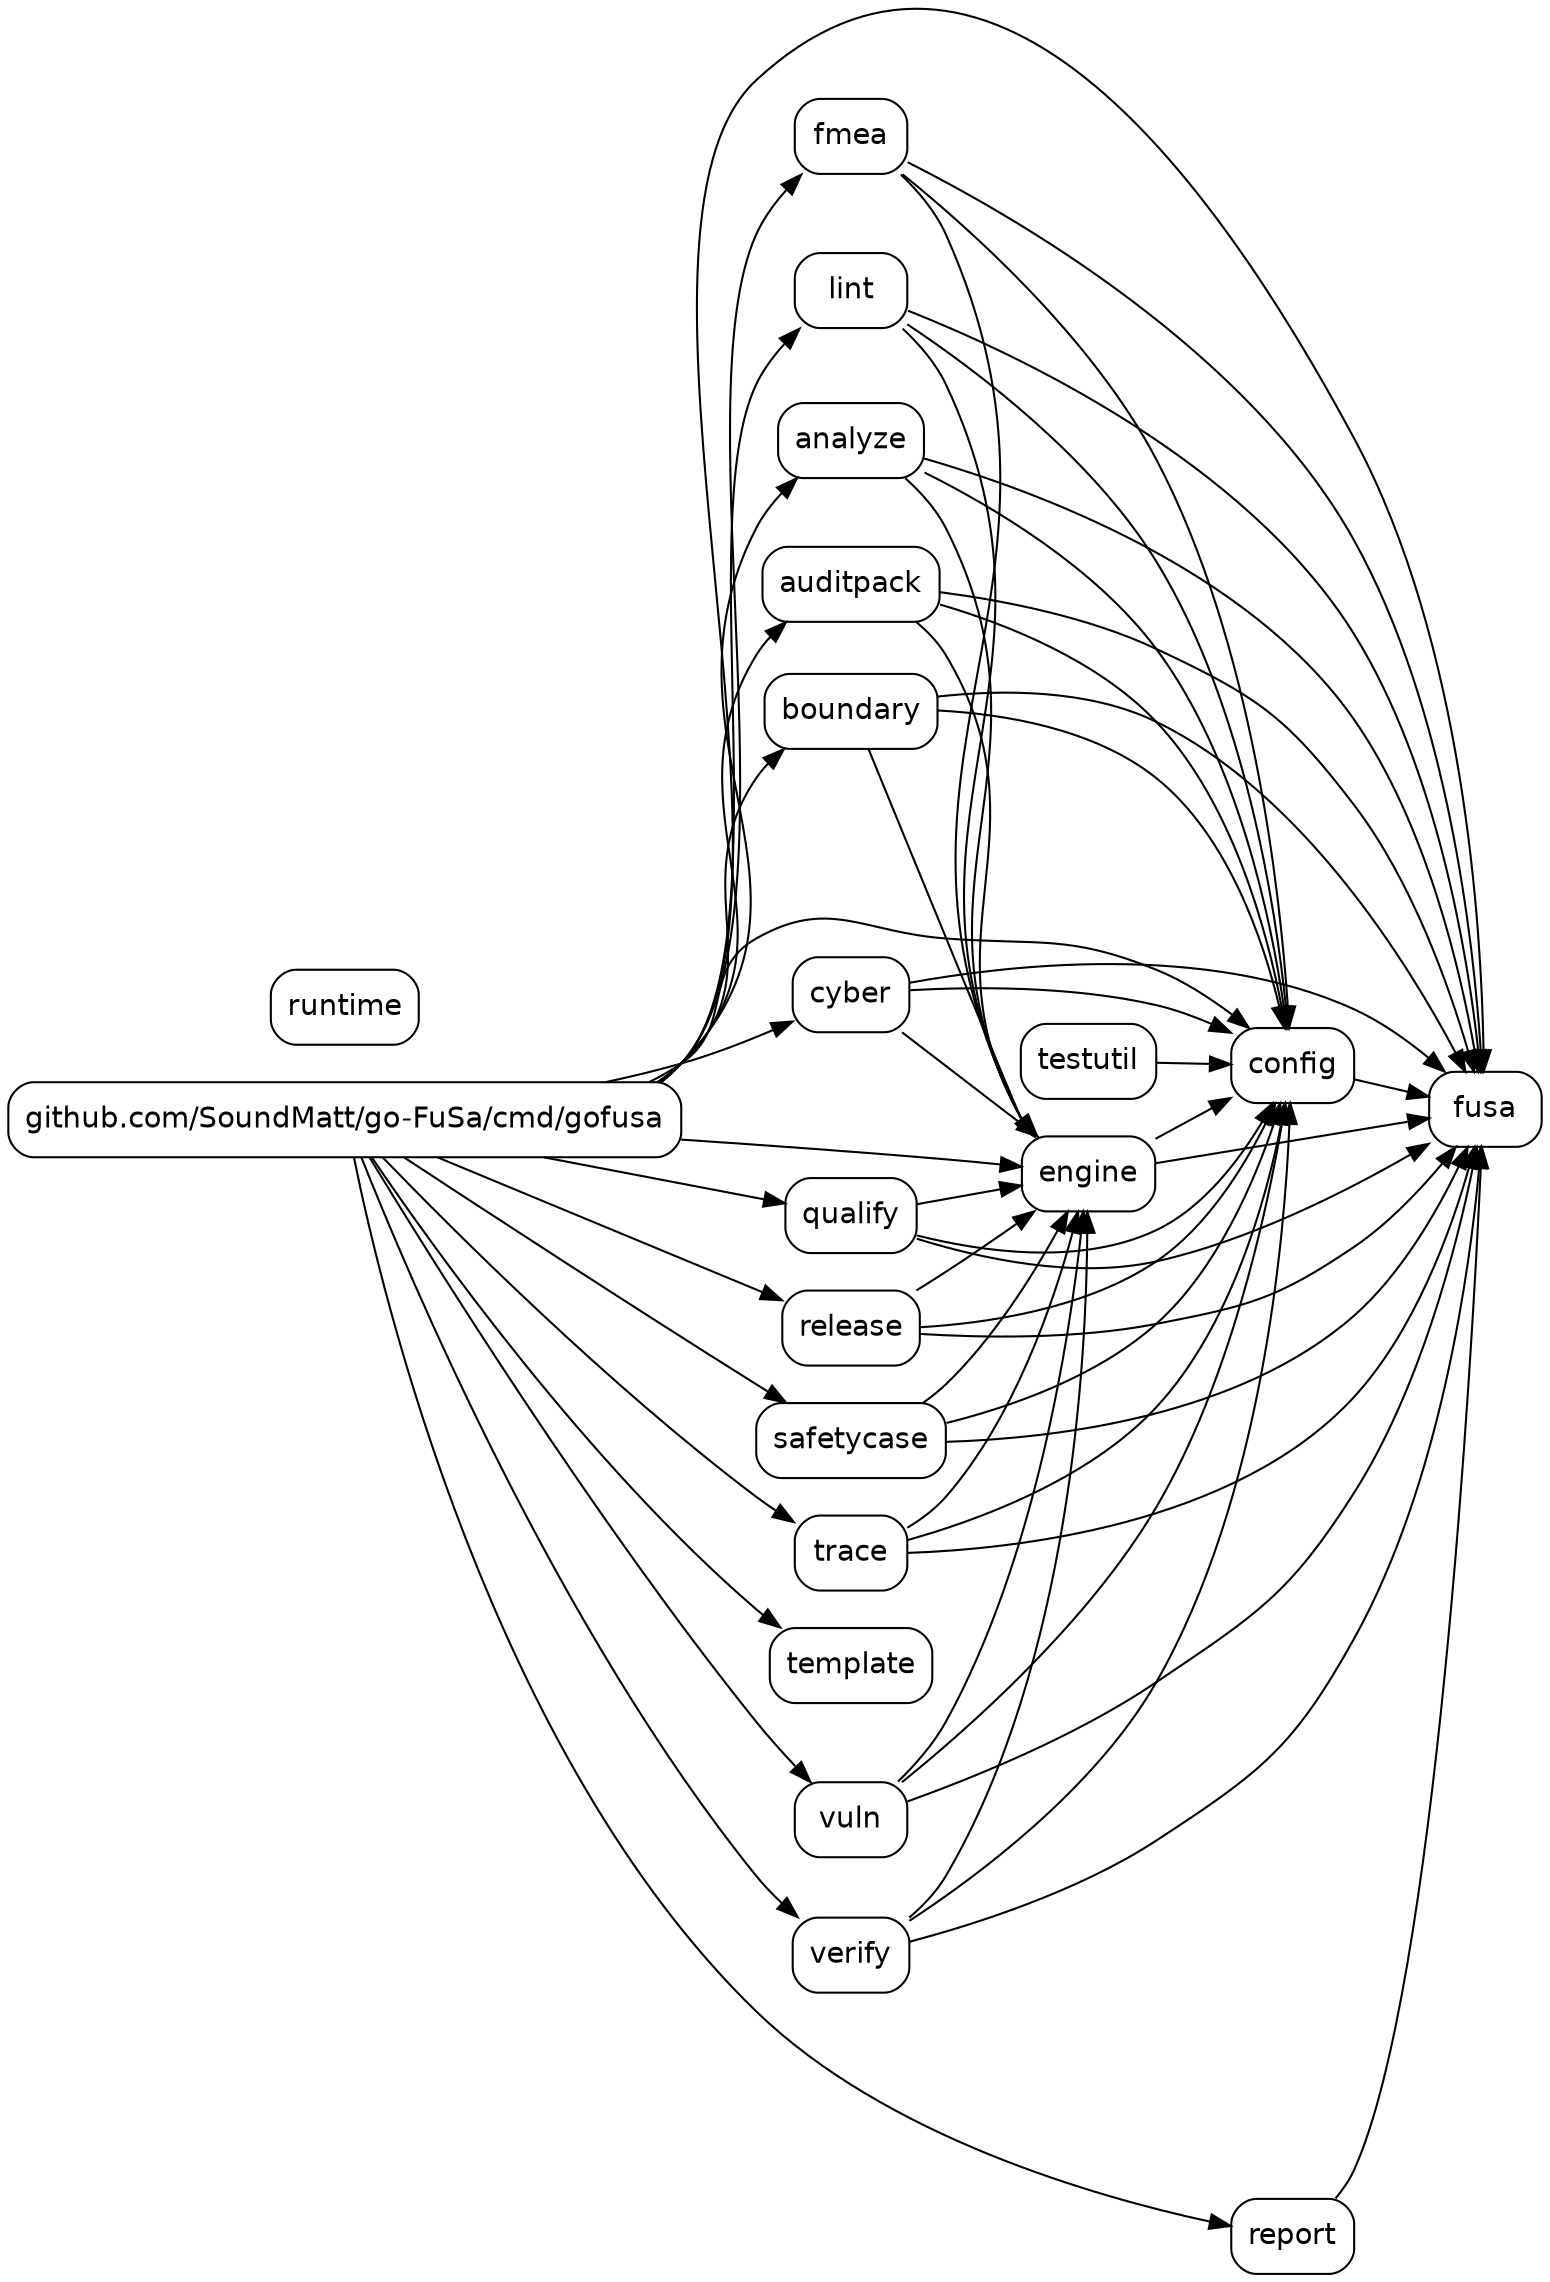
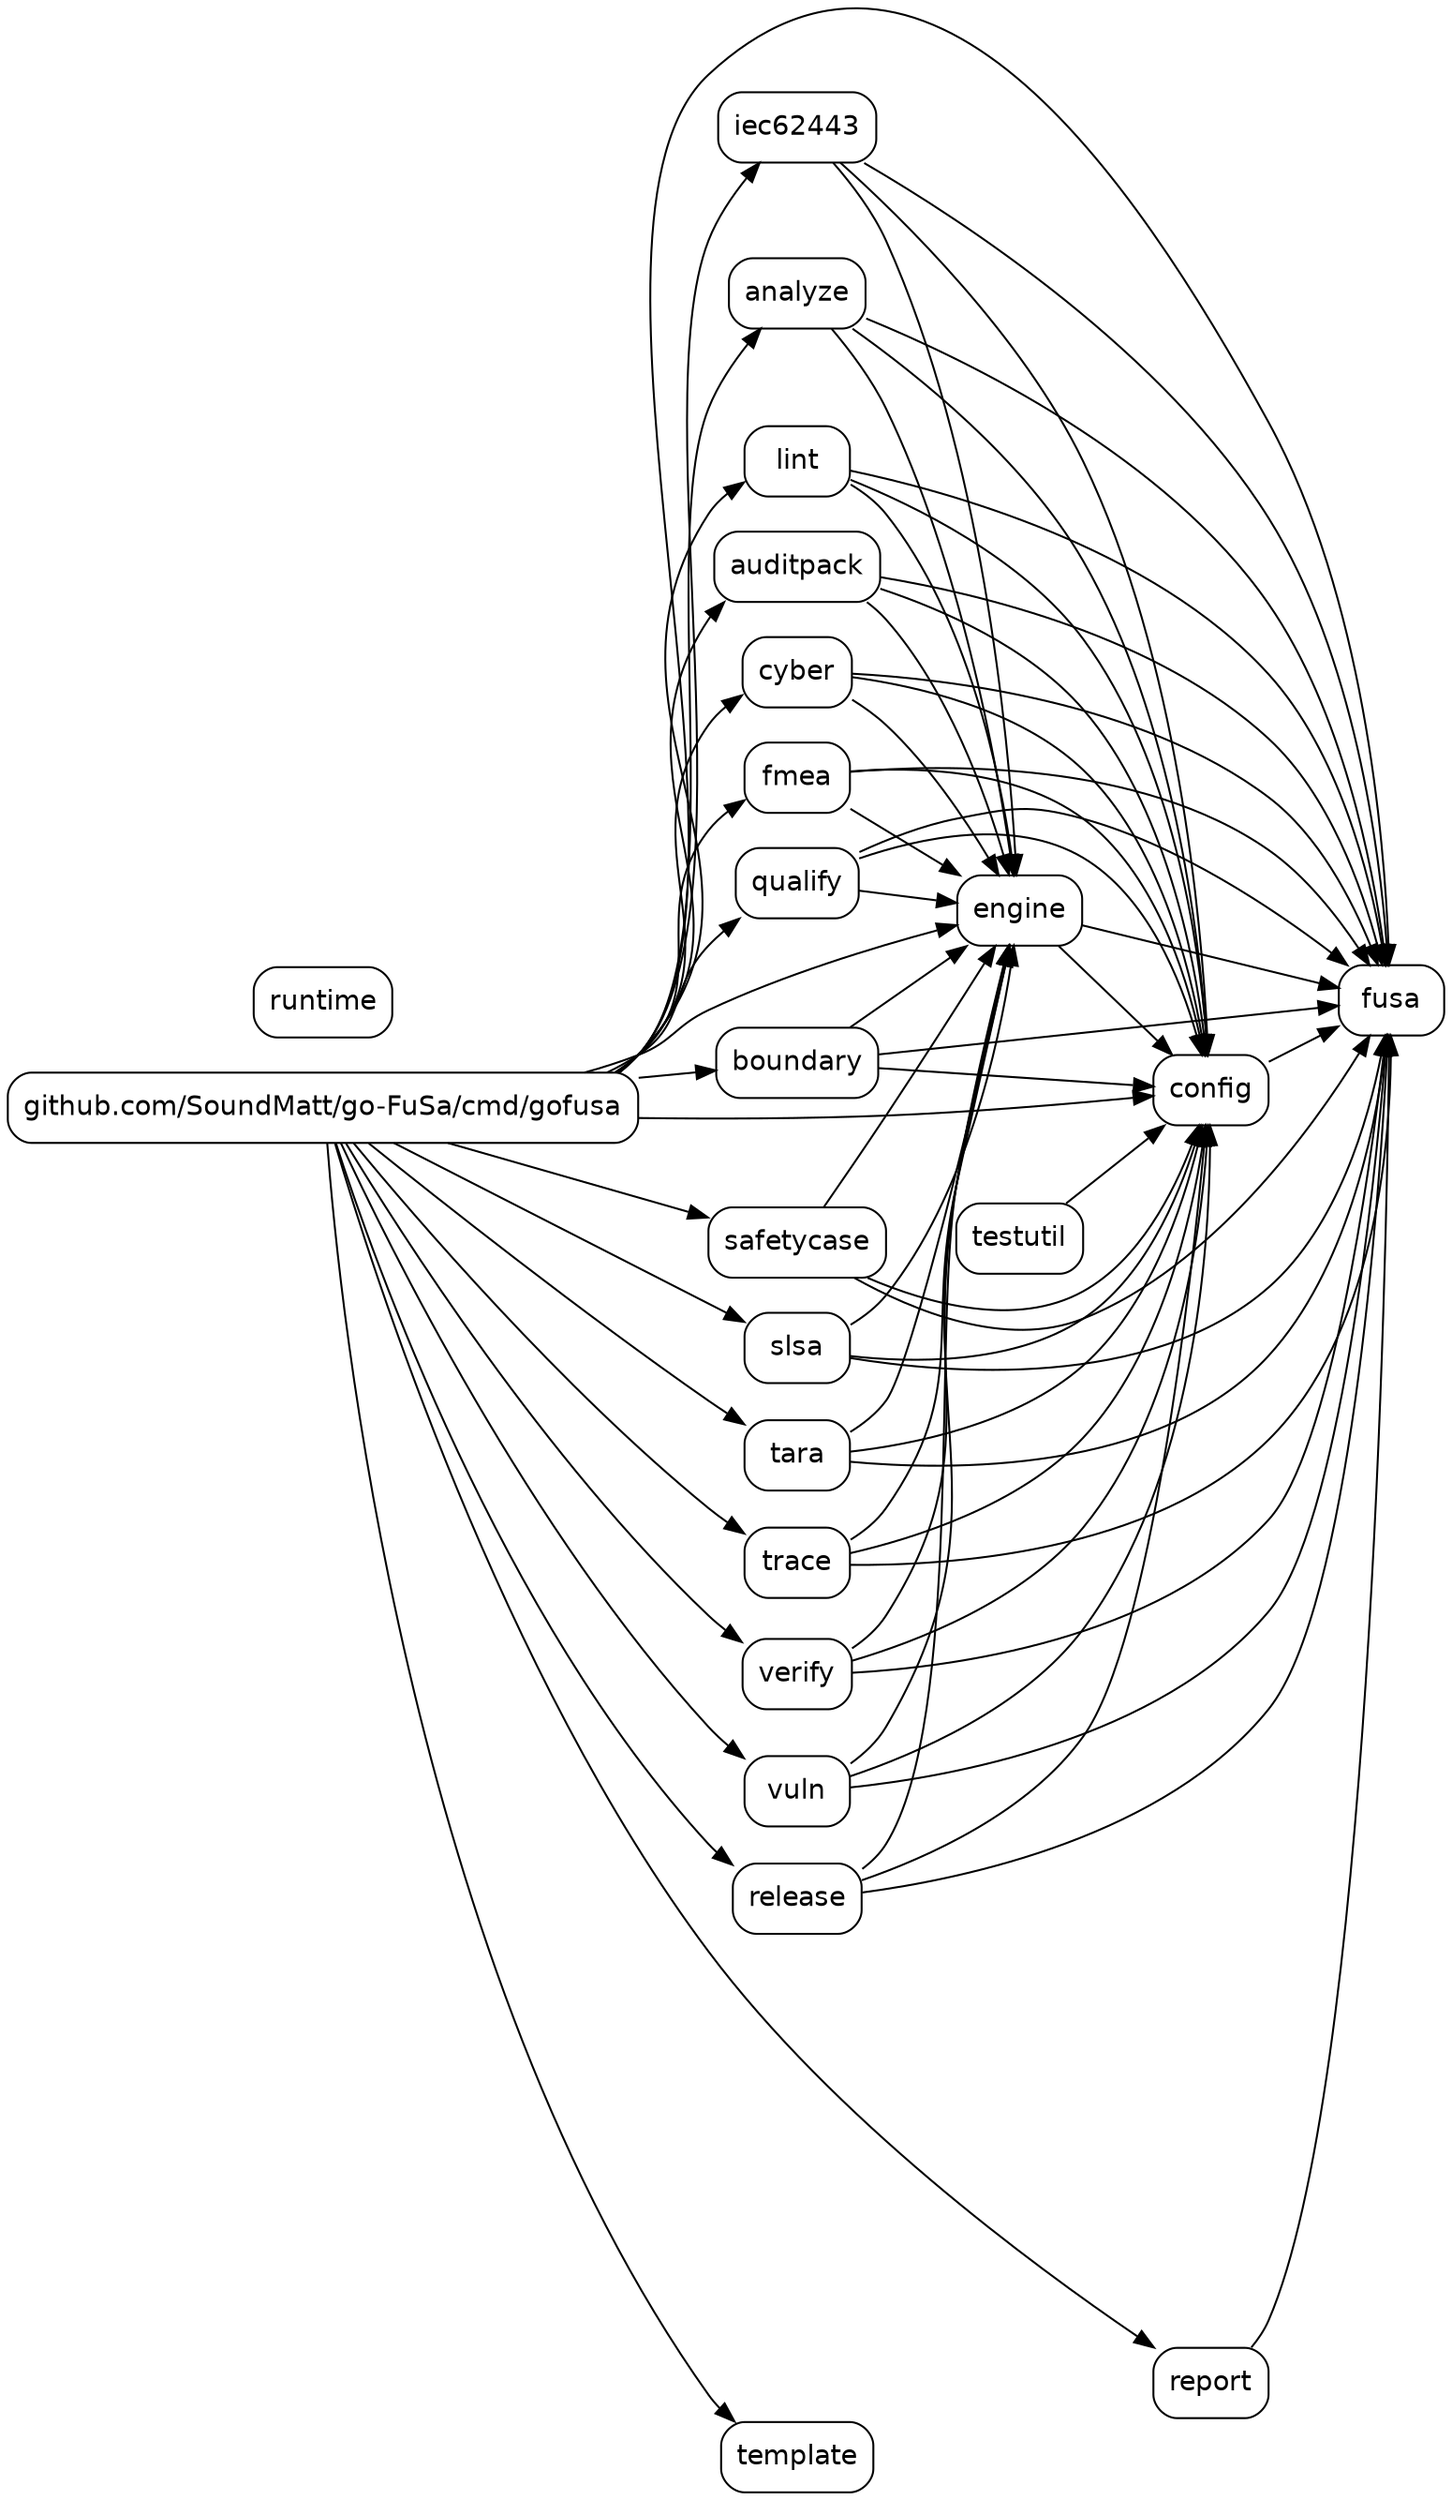
// Module: github.com/SoundMatt/go-FuSa
- // Generated: 2026-06-08T19:51:15Z
+ // Generated: 2026-06-08T20:30:53Z
digraph {
    rankdir=LR
    node [shape=box style=rounded fontname=Helvetica]

    "github_com_SoundMatt_go_FuSa" [label="fusa"]
    "github_com_SoundMatt_go_FuSa_analyze" [label="analyze"]
    "github_com_SoundMatt_go_FuSa_auditpack" [label="auditpack"]
    "github_com_SoundMatt_go_FuSa_boundary" [label="boundary"]
    "github_com_SoundMatt_go_FuSa_cmd_gofusa" [label="github.com/SoundMatt/go-FuSa/cmd/gofusa"]
    "github_com_SoundMatt_go_FuSa_config" [label="config"]
    "github_com_SoundMatt_go_FuSa_cyber" [label="cyber"]
    "github_com_SoundMatt_go_FuSa_engine" [label="engine"]
    "github_com_SoundMatt_go_FuSa_fmea" [label="fmea"]
+     "github_com_SoundMatt_go_FuSa_iec62443" [label="iec62443"]
    "github_com_SoundMatt_go_FuSa_lint" [label="lint"]
    "github_com_SoundMatt_go_FuSa_qualify" [label="qualify"]
    "github_com_SoundMatt_go_FuSa_release" [label="release"]
    "github_com_SoundMatt_go_FuSa_report" [label="report"]
    "github_com_SoundMatt_go_FuSa_runtime" [label="runtime"]
    "github_com_SoundMatt_go_FuSa_safetycase" [label="safetycase"]
+     "github_com_SoundMatt_go_FuSa_slsa" [label="slsa"]
+     "github_com_SoundMatt_go_FuSa_tara" [label="tara"]
    "github_com_SoundMatt_go_FuSa_template" [label="template"]
    "github_com_SoundMatt_go_FuSa_testutil" [label="testutil"]
    "github_com_SoundMatt_go_FuSa_trace" [label="trace"]
    "github_com_SoundMatt_go_FuSa_verify" [label="verify"]
    "github_com_SoundMatt_go_FuSa_vuln" [label="vuln"]

    "github_com_SoundMatt_go_FuSa_analyze" -> "github_com_SoundMatt_go_FuSa"
    "github_com_SoundMatt_go_FuSa_analyze" -> "github_com_SoundMatt_go_FuSa_config"
    "github_com_SoundMatt_go_FuSa_analyze" -> "github_com_SoundMatt_go_FuSa_engine"
    "github_com_SoundMatt_go_FuSa_auditpack" -> "github_com_SoundMatt_go_FuSa"
    "github_com_SoundMatt_go_FuSa_auditpack" -> "github_com_SoundMatt_go_FuSa_config"
    "github_com_SoundMatt_go_FuSa_auditpack" -> "github_com_SoundMatt_go_FuSa_engine"
    "github_com_SoundMatt_go_FuSa_boundary" -> "github_com_SoundMatt_go_FuSa"
    "github_com_SoundMatt_go_FuSa_boundary" -> "github_com_SoundMatt_go_FuSa_config"
    "github_com_SoundMatt_go_FuSa_boundary" -> "github_com_SoundMatt_go_FuSa_engine"
    "github_com_SoundMatt_go_FuSa_cmd_gofusa" -> "github_com_SoundMatt_go_FuSa"
    "github_com_SoundMatt_go_FuSa_cmd_gofusa" -> "github_com_SoundMatt_go_FuSa_analyze"
    "github_com_SoundMatt_go_FuSa_cmd_gofusa" -> "github_com_SoundMatt_go_FuSa_auditpack"
    "github_com_SoundMatt_go_FuSa_cmd_gofusa" -> "github_com_SoundMatt_go_FuSa_boundary"
    "github_com_SoundMatt_go_FuSa_cmd_gofusa" -> "github_com_SoundMatt_go_FuSa_config"
    "github_com_SoundMatt_go_FuSa_cmd_gofusa" -> "github_com_SoundMatt_go_FuSa_cyber"
    "github_com_SoundMatt_go_FuSa_cmd_gofusa" -> "github_com_SoundMatt_go_FuSa_engine"
    "github_com_SoundMatt_go_FuSa_cmd_gofusa" -> "github_com_SoundMatt_go_FuSa_fmea"
+     "github_com_SoundMatt_go_FuSa_cmd_gofusa" -> "github_com_SoundMatt_go_FuSa_iec62443"
    "github_com_SoundMatt_go_FuSa_cmd_gofusa" -> "github_com_SoundMatt_go_FuSa_lint"
    "github_com_SoundMatt_go_FuSa_cmd_gofusa" -> "github_com_SoundMatt_go_FuSa_qualify"
    "github_com_SoundMatt_go_FuSa_cmd_gofusa" -> "github_com_SoundMatt_go_FuSa_release"
    "github_com_SoundMatt_go_FuSa_cmd_gofusa" -> "github_com_SoundMatt_go_FuSa_report"
    "github_com_SoundMatt_go_FuSa_cmd_gofusa" -> "github_com_SoundMatt_go_FuSa_safetycase"
+     "github_com_SoundMatt_go_FuSa_cmd_gofusa" -> "github_com_SoundMatt_go_FuSa_slsa"
+     "github_com_SoundMatt_go_FuSa_cmd_gofusa" -> "github_com_SoundMatt_go_FuSa_tara"
    "github_com_SoundMatt_go_FuSa_cmd_gofusa" -> "github_com_SoundMatt_go_FuSa_template"
    "github_com_SoundMatt_go_FuSa_cmd_gofusa" -> "github_com_SoundMatt_go_FuSa_trace"
    "github_com_SoundMatt_go_FuSa_cmd_gofusa" -> "github_com_SoundMatt_go_FuSa_verify"
    "github_com_SoundMatt_go_FuSa_cmd_gofusa" -> "github_com_SoundMatt_go_FuSa_vuln"
    "github_com_SoundMatt_go_FuSa_config" -> "github_com_SoundMatt_go_FuSa"
    "github_com_SoundMatt_go_FuSa_cyber" -> "github_com_SoundMatt_go_FuSa"
    "github_com_SoundMatt_go_FuSa_cyber" -> "github_com_SoundMatt_go_FuSa_config"
    "github_com_SoundMatt_go_FuSa_cyber" -> "github_com_SoundMatt_go_FuSa_engine"
    "github_com_SoundMatt_go_FuSa_engine" -> "github_com_SoundMatt_go_FuSa"
    "github_com_SoundMatt_go_FuSa_engine" -> "github_com_SoundMatt_go_FuSa_config"
    "github_com_SoundMatt_go_FuSa_fmea" -> "github_com_SoundMatt_go_FuSa"
    "github_com_SoundMatt_go_FuSa_fmea" -> "github_com_SoundMatt_go_FuSa_config"
    "github_com_SoundMatt_go_FuSa_fmea" -> "github_com_SoundMatt_go_FuSa_engine"
+     "github_com_SoundMatt_go_FuSa_iec62443" -> "github_com_SoundMatt_go_FuSa"
+     "github_com_SoundMatt_go_FuSa_iec62443" -> "github_com_SoundMatt_go_FuSa_config"
+     "github_com_SoundMatt_go_FuSa_iec62443" -> "github_com_SoundMatt_go_FuSa_engine"
    "github_com_SoundMatt_go_FuSa_lint" -> "github_com_SoundMatt_go_FuSa"
    "github_com_SoundMatt_go_FuSa_lint" -> "github_com_SoundMatt_go_FuSa_config"
    "github_com_SoundMatt_go_FuSa_lint" -> "github_com_SoundMatt_go_FuSa_engine"
    "github_com_SoundMatt_go_FuSa_qualify" -> "github_com_SoundMatt_go_FuSa"
    "github_com_SoundMatt_go_FuSa_qualify" -> "github_com_SoundMatt_go_FuSa_config"
    "github_com_SoundMatt_go_FuSa_qualify" -> "github_com_SoundMatt_go_FuSa_engine"
    "github_com_SoundMatt_go_FuSa_release" -> "github_com_SoundMatt_go_FuSa"
    "github_com_SoundMatt_go_FuSa_release" -> "github_com_SoundMatt_go_FuSa_config"
    "github_com_SoundMatt_go_FuSa_release" -> "github_com_SoundMatt_go_FuSa_engine"
    "github_com_SoundMatt_go_FuSa_report" -> "github_com_SoundMatt_go_FuSa"
    "github_com_SoundMatt_go_FuSa_safetycase" -> "github_com_SoundMatt_go_FuSa"
    "github_com_SoundMatt_go_FuSa_safetycase" -> "github_com_SoundMatt_go_FuSa_config"
    "github_com_SoundMatt_go_FuSa_safetycase" -> "github_com_SoundMatt_go_FuSa_engine"
+     "github_com_SoundMatt_go_FuSa_slsa" -> "github_com_SoundMatt_go_FuSa"
+     "github_com_SoundMatt_go_FuSa_slsa" -> "github_com_SoundMatt_go_FuSa_config"
+     "github_com_SoundMatt_go_FuSa_slsa" -> "github_com_SoundMatt_go_FuSa_engine"
+     "github_com_SoundMatt_go_FuSa_tara" -> "github_com_SoundMatt_go_FuSa"
+     "github_com_SoundMatt_go_FuSa_tara" -> "github_com_SoundMatt_go_FuSa_config"
+     "github_com_SoundMatt_go_FuSa_tara" -> "github_com_SoundMatt_go_FuSa_engine"
    "github_com_SoundMatt_go_FuSa_testutil" -> "github_com_SoundMatt_go_FuSa_config"
    "github_com_SoundMatt_go_FuSa_trace" -> "github_com_SoundMatt_go_FuSa"
    "github_com_SoundMatt_go_FuSa_trace" -> "github_com_SoundMatt_go_FuSa_config"
    "github_com_SoundMatt_go_FuSa_trace" -> "github_com_SoundMatt_go_FuSa_engine"
    "github_com_SoundMatt_go_FuSa_verify" -> "github_com_SoundMatt_go_FuSa"
    "github_com_SoundMatt_go_FuSa_verify" -> "github_com_SoundMatt_go_FuSa_config"
    "github_com_SoundMatt_go_FuSa_verify" -> "github_com_SoundMatt_go_FuSa_engine"
    "github_com_SoundMatt_go_FuSa_vuln" -> "github_com_SoundMatt_go_FuSa"
    "github_com_SoundMatt_go_FuSa_vuln" -> "github_com_SoundMatt_go_FuSa_config"
    "github_com_SoundMatt_go_FuSa_vuln" -> "github_com_SoundMatt_go_FuSa_engine"
}
